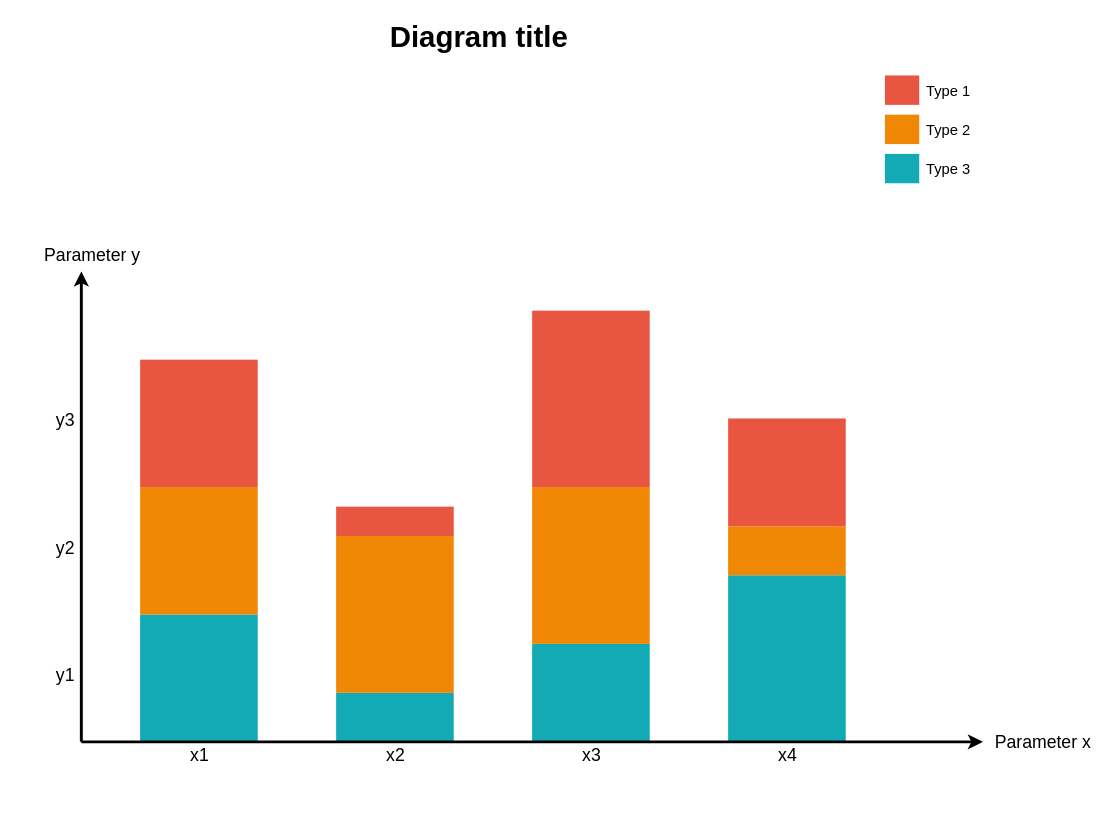
This is new Diagram.drawio from Manvi-Chaudhary/Manvi-Chaudhary, a draw.io file, before an edit. Source tidied: cells renumbered, new cells numbered last; positions are measured from the earlier drawing's top-left corner, leaving out a move shared by most shapes. Both pictures are drawn from the tidied source at 98%, with x=0, y=0 at pixel (42, 16).
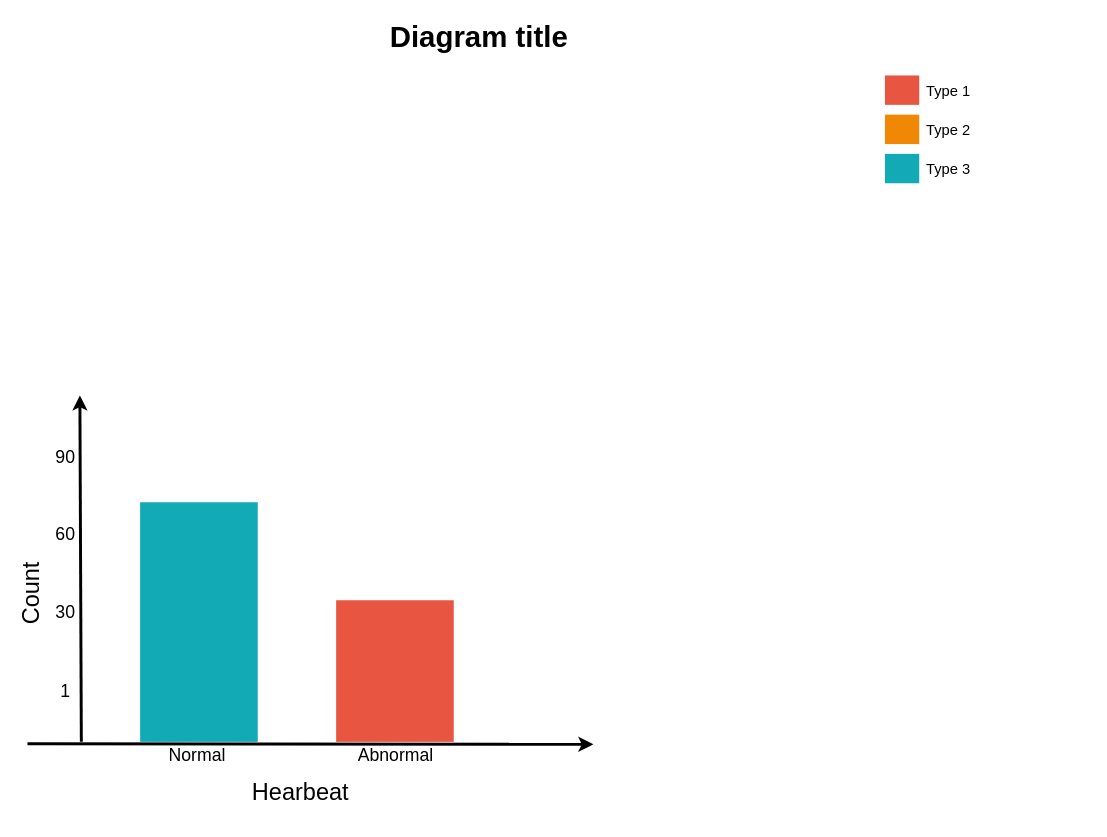
Above is the later version.

Change to the diagram source:
```diff
@@
     <mxCell id="2" style="whiteSpace=wrap;fillColor=#12AAB5;gradientColor=none;gradientDirection=east;strokeColor=none;html=1;fontColor=#23445d;" parent="1" vertex="1">
-      <mxGeometry x="99.5" y="610.5" width="120" height="130" as="geometry" />
+      <mxGeometry x="99.5" y="496" width="120" height="244.5" as="geometry" />
     </mxCell>
-    <mxCell id="3" style="whiteSpace=wrap;fillColor=#12AAB5;gradientColor=none;gradientDirection=east;strokeColor=none;html=1;fontColor=#23445d;" parent="1" vertex="1">
-      <mxGeometry x="299.5" y="690.5" width="120" height="50" as="geometry" />
-    </mxCell>
-    <mxCell id="4" style="whiteSpace=wrap;fillColor=#12AAB5;gradientColor=none;gradientDirection=east;strokeColor=none;html=1;fontColor=#23445d;" parent="1" vertex="1">
-      <mxGeometry x="499.5" y="640.5" width="120" height="100" as="geometry" />
-    </mxCell>
-    <mxCell id="5" style="whiteSpace=wrap;fillColor=#12AAB5;gradientColor=none;gradientDirection=east;strokeColor=none;html=1;fontColor=#23445d;" parent="1" vertex="1">
-      <mxGeometry x="699.5" y="570.5" width="120" height="170" as="geometry" />
-    </mxCell>
-    <mxCell id="6" style="edgeStyle=none;html=1;fontColor=#000000;strokeWidth=3;strokeColor=#000000;" parent="1" edge="1">
+    <mxCell id="6" style="edgeStyle=none;html=1;fontColor=#000000;strokeWidth=3;strokeColor=#000000;entryX=1.017;entryY=0;entryDx=0;entryDy=0;entryPerimeter=0;" parent="1" edge="1" target="34">
       <mxGeometry relative="1" as="geometry">
         <mxPoint x="39.5" y="740.5" as="sourcePoint" />
-        <mxPoint x="39.5" y="260.5" as="targetPoint" />
       </mxGeometry>
     </mxCell>
-    <mxCell id="7" style="whiteSpace=wrap;fillColor=#F08705;gradientColor=none;gradientDirection=east;strokeColor=none;html=1;fontColor=#23445d;" parent="1" vertex="1">
-      <mxGeometry x="99.5" y="480.5" width="120" height="130" as="geometry" />
-    </mxCell>
-    <mxCell id="8" style="whiteSpace=wrap;fillColor=#E85642;gradientColor=none;gradientDirection=east;strokeColor=none;html=1;fontColor=#23445d;" parent="1" vertex="1">
-      <mxGeometry x="99.5" y="350.5" width="120" height="130" as="geometry" />
-    </mxCell>
-    <mxCell id="9" style="whiteSpace=wrap;fillColor=#F08705;gradientColor=none;gradientDirection=east;strokeColor=none;html=1;fontColor=#23445d;" parent="1" vertex="1">
-      <mxGeometry x="299.5" y="530.5" width="120" height="160" as="geometry" />
-    </mxCell>
-    <mxCell id="10" style="whiteSpace=wrap;fillColor=#E85642;gradientColor=none;gradientDirection=east;strokeColor=none;html=1;fontColor=#23445d;" parent="1" vertex="1">
-      <mxGeometry x="299.5" y="500.5" width="120" height="30" as="geometry" />
-    </mxCell>
-    <mxCell id="11" style="whiteSpace=wrap;fillColor=#F08705;gradientColor=none;gradientDirection=east;strokeColor=none;html=1;fontColor=#23445d;" parent="1" vertex="1">
-      <mxGeometry x="499.5" y="480.5" width="120" height="160" as="geometry" />
-    </mxCell>
     <mxCell id="12" style="whiteSpace=wrap;fillColor=#E85642;gradientColor=none;gradientDirection=east;strokeColor=none;html=1;fontColor=#23445d;" parent="1" vertex="1">
-      <mxGeometry x="499.5" y="300.5" width="120" height="180" as="geometry" />
+      <mxGeometry x="299.5" y="596" width="120" height="144.5" as="geometry" />
     </mxCell>
     <mxCell id="13" style="edgeStyle=none;html=1;fontColor=#000000;strokeWidth=3;strokeColor=#000000;" parent="1" edge="1">
       <mxGeometry relative="1" as="geometry">
-        <mxPoint x="39.5" y="740.5" as="sourcePoint" />
-        <mxPoint x="959.5" y="740.5" as="targetPoint" />
+        <mxPoint x="-15.5" y="742.5" as="sourcePoint" />
+        <mxPoint x="562" y="743" as="targetPoint" />
       </mxGeometry>
     </mxCell>
-    <mxCell id="14" value="Parameter x" style="text;spacingTop=-5;html=1;fontSize=18;fontStyle=0;strokeColor=none;" parent="1" vertex="1">
-      <mxGeometry x="969.5" y="728.5" width="80" height="20" as="geometry" />
-    </mxCell>
-    <mxCell id="15" value="x1" style="text;spacingTop=-5;align=center;verticalAlign=middle;fontStyle=0;html=1;fontSize=18;strokeColor=none;" parent="1" vertex="1">
-      <mxGeometry x="99.5" y="742.5" width="120" height="30" as="geometry" />
-    </mxCell>
-    <mxCell id="16" value="x2" style="text;spacingTop=-5;align=center;verticalAlign=middle;fontStyle=0;html=1;fontSize=18;strokeColor=none;" parent="1" vertex="1">
+    <mxCell id="16" value="Abnormal" style="text;spacingTop=-5;align=center;verticalAlign=middle;fontStyle=0;html=1;fontSize=18;strokeColor=none;" parent="1" vertex="1">
       <mxGeometry x="299.5" y="742.5" width="120" height="30" as="geometry" />
     </mxCell>
-    <mxCell id="17" value="x3" style="text;spacingTop=-5;align=center;verticalAlign=middle;fontStyle=0;html=1;fontSize=18;strokeColor=none;" parent="1" vertex="1">
-      <mxGeometry x="499.5" y="742.5" width="120" height="30" as="geometry" />
-    </mxCell>
@@
-    <mxCell id="24" value="Parameter y" style="text;spacingTop=-5;html=1;fontSize=18;fontStyle=0;" parent="1" vertex="1">
-      <mxGeometry x="-0.5" y="231.5" width="80" height="20" as="geometry" />
+    <mxCell id="24" value="&lt;font style=&quot;font-size: 24px;&quot;&gt;Count&amp;nbsp;&lt;/font&gt;" style="text;spacingTop=-5;html=1;fontSize=18;fontStyle=0;rotation=-90;" parent="1" vertex="1">
+      <mxGeometry x="-39.9" y="566" width="70" height="43.8" as="geometry" />
     </mxCell>
-    <mxCell id="25" value="y1" style="text;spacingTop=-5;align=center;verticalAlign=middle;fontStyle=0;html=1;fontSize=18;" parent="1" vertex="1">
-      <mxGeometry x="7.5" y="610.5" width="30" height="130" as="geometry" />
+    <mxCell id="25" value="1" style="text;spacingTop=-5;align=center;verticalAlign=middle;fontStyle=0;html=1;fontSize=18;" parent="1" vertex="1">
+      <mxGeometry x="7.5" y="626" width="30" height="130" as="geometry" />
     </mxCell>
-    <mxCell id="26" value="y2" style="text;spacingTop=-5;align=center;verticalAlign=middle;fontStyle=0;html=1;fontSize=18;" parent="1" vertex="1">
-      <mxGeometry x="7.5" y="480.5" width="30" height="130" as="geometry" />
+    <mxCell id="26" value="30" style="text;spacingTop=-5;align=center;verticalAlign=middle;fontStyle=0;html=1;fontSize=18;" parent="1" vertex="1">
+      <mxGeometry x="7.5" y="546" width="30" height="130" as="geometry" />
     </mxCell>
-    <mxCell id="27" value="y3" style="text;spacingTop=-5;align=center;verticalAlign=middle;fontStyle=0;html=1;fontSize=18;" parent="1" vertex="1">
-      <mxGeometry x="7.5" y="350.5" width="30" height="130" as="geometry" />
+    <mxCell id="27" value="60" style="text;spacingTop=-5;align=center;verticalAlign=middle;fontStyle=0;html=1;fontSize=18;" parent="1" vertex="1">
+      <mxGeometry x="7.5" y="466" width="30" height="130" as="geometry" />
     </mxCell>
@@
-    <mxCell id="29" style="whiteSpace=wrap;fillColor=#F08705;gradientColor=none;gradientDirection=east;strokeColor=none;html=1;fontColor=#23445d;" parent="1" vertex="1">
-      <mxGeometry x="699.5" y="520.5" width="120" height="50" as="geometry" />
-    </mxCell>
-    <mxCell id="30" style="whiteSpace=wrap;fillColor=#E85642;gradientColor=none;gradientDirection=east;strokeColor=none;html=1;fontColor=#23445d;" parent="1" vertex="1">
-      <mxGeometry x="699.5" y="410.5" width="120" height="110" as="geometry" />
-    </mxCell>
-    <mxCell id="31" value="x4" style="text;spacingTop=-5;align=center;verticalAlign=middle;fontStyle=0;html=1;fontSize=18;strokeColor=none;" parent="1" vertex="1">
-      <mxGeometry x="699.5" y="742.5" width="120" height="30" as="geometry" />
-    </mxCell>
+    <mxCell id="32" value="Normal&amp;nbsp;" style="text;spacingTop=-5;align=center;verticalAlign=middle;fontStyle=0;html=1;fontSize=18;strokeColor=none;" parent="1" vertex="1">
+      <mxGeometry x="99.5" y="742.5" width="120" height="30" as="geometry" />
+    </mxCell>
+    <mxCell id="33" value="&lt;span style=&quot;font-size: 24px;&quot;&gt;Hearbeat&lt;/span&gt;" style="text;spacingTop=-5;html=1;fontSize=18;fontStyle=0;rotation=0;" parent="1" vertex="1">
+      <mxGeometry x="212" y="776" width="120" height="43.8" as="geometry" />
+    </mxCell>
+    <mxCell id="34" value="90" style="text;spacingTop=-5;align=center;verticalAlign=middle;fontStyle=0;html=1;fontSize=18;points=[];" parent="1" vertex="1">
+      <mxGeometry x="7.5" y="387" width="30" height="130" as="geometry" />
+    </mxCell>
```
